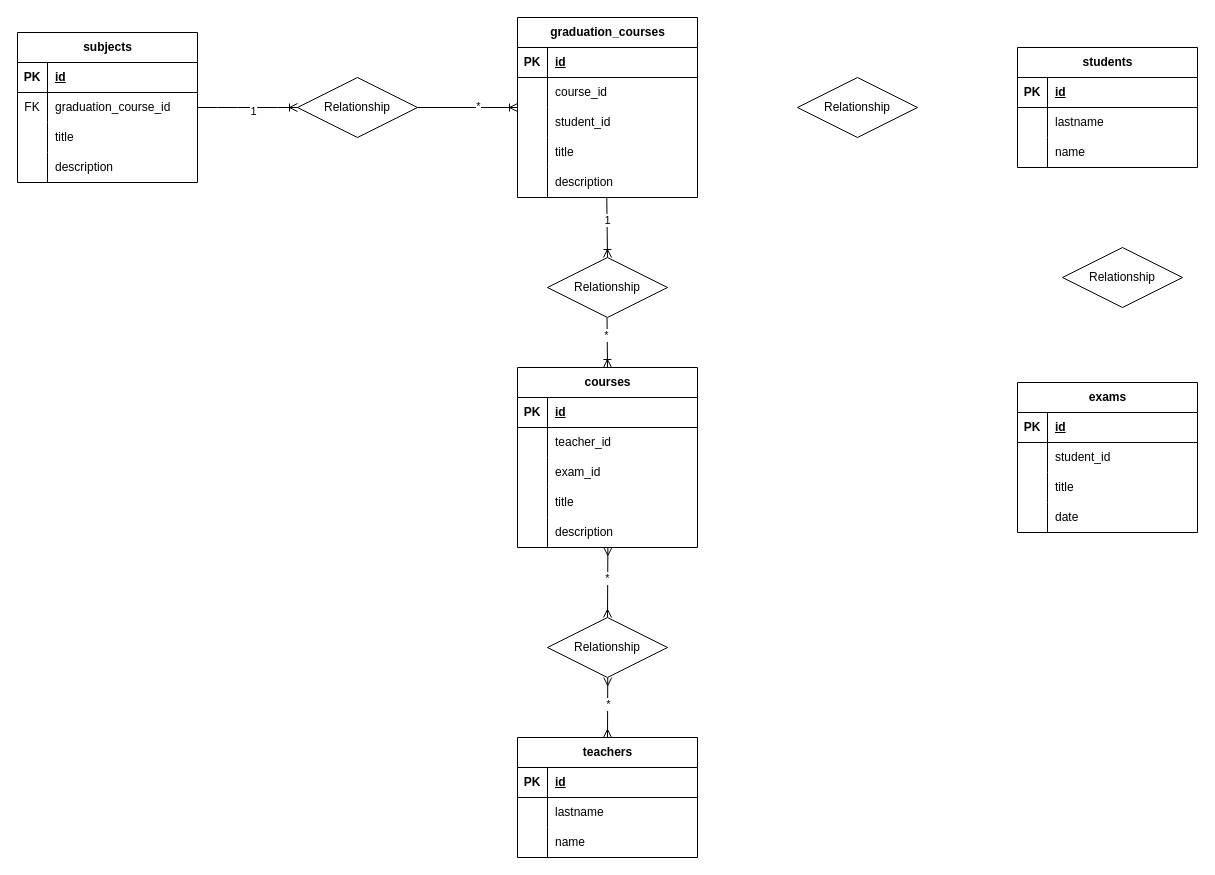
gabrielemarchesano/db-university keeps this draw.io diagram as diagram.dio. Above is the earlier version. Source tidied: cells renumbered, new cells numbered last; positions are measured from the earlier drawing's top-left corner, leaving out a move shared by most shapes. Both pictures are drawn from the tidied source at 100%, with x=0, y=0 at pixel (17, 17).
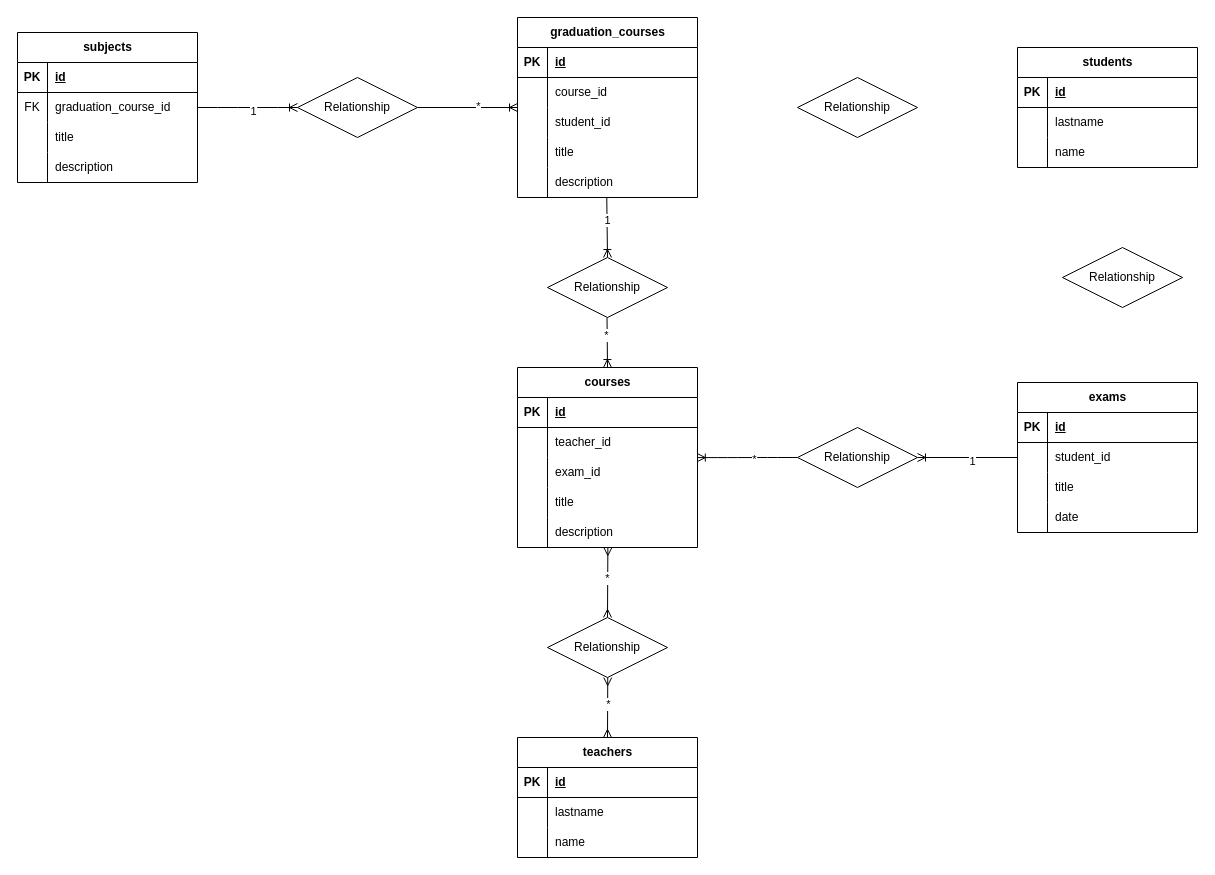
After the change.

Commit message:
create the fourth relationship

Unchanged cells that the change refers to:
```xml
<mxCell id="26" style="shape=tableRow;horizontal=0;startSize=0;swimlaneHead=0;swimlaneBody=0;fillColor=none;points=[[0,0.5],[1,0.5]];portConstraint=eastwest;top=0;left=0;right=0;bottom=0;" parent="22" vertex="1">
  <mxGeometry y="60" width="180" height="30" as="geometry" />
</mxCell>
<mxCell id="42" style="shape=tableRow;horizontal=0;startSize=0;swimlaneHead=0;swimlaneBody=0;fillColor=none;points=[[0,0.5],[1,0.5]];portConstraint=eastwest;top=0;left=0;right=0;bottom=0;" parent="35" vertex="1">
  <mxGeometry y="90" width="180" height="30" as="geometry" />
</mxCell>
```

Change to the diagram source:
```diff
@@
+    <mxCell id="97" style="edgeStyle=entityRelationEdgeStyle;fontSize=12;html=1;endArrow=ERoneToMany;exitX=0;exitY=0.5;exitDx=0;exitDy=0;entryX=0.999;entryY=0.003;entryDx=0;entryDy=0;entryPerimeter=0;" parent="1" edge="1" source="101" target="42">
+      <mxGeometry relative="1" as="geometry" />
+    </mxCell>
+    <mxCell id="98" value="*" style="edgeLabel;html=1;align=center;verticalAlign=middle;" parent="97" vertex="1">
+      <mxGeometry x="-0.13" y="1" relative="1" as="geometry" />
+    </mxCell>
+    <mxCell id="99" style="fontSize=12;html=1;endArrow=ERoneToMany;exitX=0;exitY=0.5;exitDx=0;exitDy=0;entryX=1;entryY=0.5;entryDx=0;entryDy=0;" parent="1" edge="1" source="26" target="101">
+      <mxGeometry relative="1" as="geometry" />
+    </mxCell>
+    <mxCell id="100" value="1" style="edgeLabel;html=1;align=center;verticalAlign=middle;" parent="99" vertex="1">
+      <mxGeometry x="-0.09" y="3" relative="1" as="geometry" />
+    </mxCell>
+    <mxCell id="101" value="Relationship" style="shape=rhombus;perimeter=rhombusPerimeter;whiteSpace=wrap;html=1;align=center;" parent="1" vertex="1">
+      <mxGeometry x="780" y="410" width="120" height="60" as="geometry" />
+    </mxCell>
```
